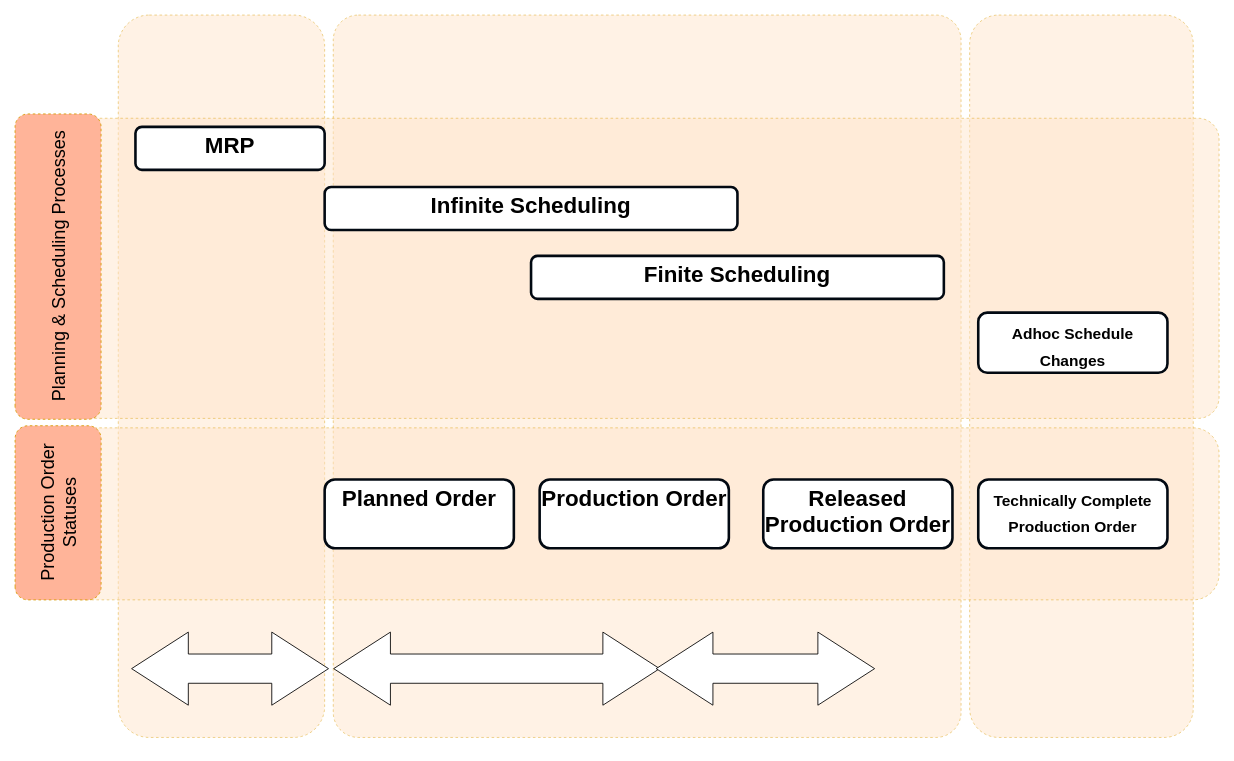
Before: page "MRP SAP- All Scheduling MES" (4 of 6) of MES.drawio in mrf742002/Diagrams, a draw.io diagram. Source tidied: cells renumbered, new cells numbered last; positions are measured from the earlier drawing's top-left corner, leaving out a move shared by most shapes. Both pictures are drawn from the tidied source at 86%, with x=0, y=0 at pixel (-95, 15).
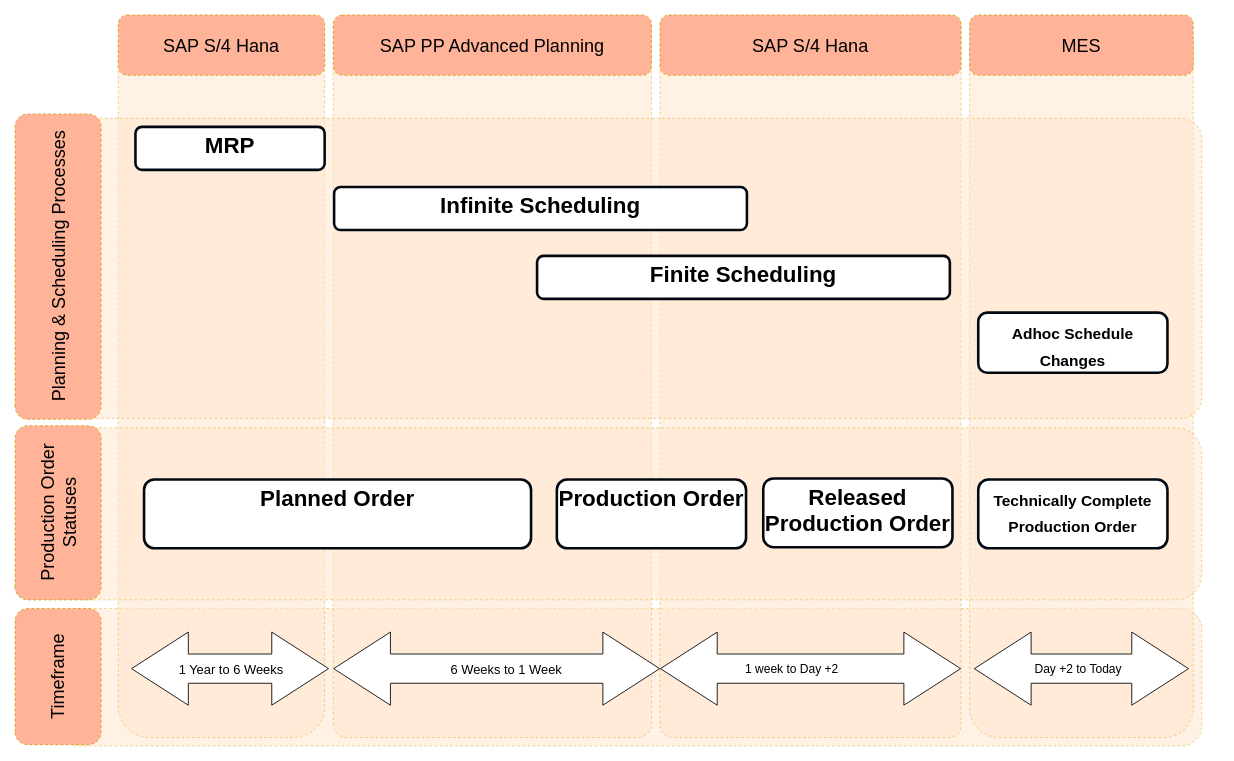
After the change.

Unchanged cells that the change refers to:
```xml
<mxCell id="17" style="shape=flexArrow;endArrow=classic;startArrow=classic;html=1;fontSize=34;endWidth=50;endSize=21.66;width=34;startWidth=50;startSize=21.66;fillColor=#ffffff;" parent="1" edge="1">
  <mxGeometry relative="1" as="geometry">
    <mxPoint x="498" y="760" as="sourcePoint" />
    <mxPoint x="878" y="760" as="targetPoint" />
  </mxGeometry>
</mxCell>
<mxCell id="18" style="shape=flexArrow;endArrow=classic;startArrow=classic;html=1;fontSize=34;endWidth=50;endSize=21.66;width=34;startWidth=50;startSize=21.66;fillColor=#ffffff;" parent="1" edge="1">
  <mxGeometry relative="1" as="geometry">
    <mxPoint x="263" y="760" as="sourcePoint" />
    <mxPoint x="493" y="760" as="targetPoint" />
  </mxGeometry>
</mxCell>
```

Diff of the diagram source:
```diff
@@
+    <mxCell id="20" style="rounded=1;whiteSpace=wrap;html=1;verticalAlign=top;strokeWidth=1;strokeColor=#d79b00;dashed=1;fillColor=#ffe6cc;opacity=50;" parent="1" vertex="1">
+      <mxGeometry x="178" y="690" width="1330" height="160" as="geometry" />
+    </mxCell>
+    <mxCell id="21" style="rounded=1;whiteSpace=wrap;html=1;verticalAlign=top;strokeWidth=1;strokeColor=#d79b00;dashed=1;fillColor=#ffe6cc;opacity=50;arcSize=4;" parent="1" vertex="1">
+      <mxGeometry x="878" width="350" height="840" as="geometry" />
+    </mxCell>
@@
     <mxCell id="4" style="rounded=1;whiteSpace=wrap;html=1;verticalAlign=top;strokeWidth=1;strokeColor=#d79b00;dashed=1;fillColor=#ffe6cc;opacity=50;arcSize=4;" parent="1" vertex="1">
-      <mxGeometry x="498" width="730" height="840" as="geometry" />
+      <mxGeometry x="498" width="370" height="840" as="geometry" />
     </mxCell>
     <mxCell id="5" style="rounded=1;whiteSpace=wrap;html=1;verticalAlign=top;strokeWidth=1;strokeColor=#d79b00;dashed=1;fillColor=#ffe6cc;opacity=50;" parent="1" vertex="1">
-      <mxGeometry x="178" y="480" width="1350" height="200" as="geometry" />
+      <mxGeometry x="178" y="480" width="1330" height="200" as="geometry" />
     </mxCell>
     <mxCell id="6" style="rounded=1;whiteSpace=wrap;html=1;verticalAlign=top;strokeWidth=1;strokeColor=#d79b00;dashed=1;fillColor=#ffe6cc;opacity=50;arcSize=7;" parent="1" vertex="1">
-      <mxGeometry x="178" y="120" width="1350" height="349" as="geometry" />
+      <mxGeometry x="178" y="120" width="1330" height="349" as="geometry" />
     </mxCell>
     <mxCell id="7" value="&lt;b style=&quot;font-size: 26px&quot;&gt;Planned Order&lt;br style=&quot;font-size: 26px&quot;&gt;&lt;/b&gt;" style="rounded=1;whiteSpace=wrap;html=1;verticalAlign=top;strokeWidth=3;strokeColor=#020912;fontSize=26;" parent="1" vertex="1">
-      <mxGeometry x="488" y="540" width="220" height="80" as="geometry" />
+      <mxGeometry x="278" y="540" width="450" height="80" as="geometry" />
     </mxCell>
     <mxCell id="8" value="&lt;b style=&quot;font-size: 26px&quot;&gt;Production Order&lt;br style=&quot;font-size: 26px&quot;&gt;&lt;/b&gt;" style="rounded=1;whiteSpace=wrap;html=1;verticalAlign=top;strokeWidth=3;strokeColor=#020912;fontSize=26;" parent="1" vertex="1">
-      <mxGeometry x="738" y="540" width="220" height="80" as="geometry" />
+      <mxGeometry x="758" y="540" width="220" height="80" as="geometry" />
     </mxCell>
     <mxCell id="9" value="&lt;b style=&quot;font-size: 26px&quot;&gt;Released&lt;br&gt;Production Order&lt;br style=&quot;font-size: 26px&quot;&gt;&lt;/b&gt;" style="rounded=1;whiteSpace=wrap;html=1;verticalAlign=top;strokeWidth=3;strokeColor=#020912;fontSize=26;" parent="1" vertex="1">
-      <mxGeometry x="998" y="540" width="220" height="80" as="geometry" />
+      <mxGeometry x="998" y="538.8" width="220" height="80" as="geometry" />
     </mxCell>
@@
     <mxCell id="12" value="&lt;b style=&quot;font-size: 26px&quot;&gt;Infinite Scheduling&lt;br style=&quot;font-size: 26px&quot;&gt;&lt;/b&gt;" style="rounded=1;whiteSpace=wrap;html=1;verticalAlign=top;strokeWidth=3;strokeColor=#020912;fontSize=26;" parent="1" vertex="1">
-      <mxGeometry x="488" y="200" width="480" height="50" as="geometry" />
+      <mxGeometry x="499" y="200" width="480" height="50" as="geometry" />
     </mxCell>
@@
     <mxCell id="14" value="&lt;b style=&quot;font-size: 26px&quot;&gt;Finite Scheduling&lt;br style=&quot;font-size: 26px&quot;&gt;&lt;/b&gt;" style="rounded=1;whiteSpace=wrap;html=1;verticalAlign=top;strokeWidth=3;strokeColor=#020912;fontSize=26;" parent="1" vertex="1">
-      <mxGeometry x="728" y="280" width="480" height="50" as="geometry" />
+      <mxGeometry x="735" y="280" width="480" height="50" as="geometry" />
     </mxCell>
@@
+    <mxCell id="22" value="&lt;font style=&quot;font-size: 15px&quot;&gt;6 Weeks to 1 Week&lt;/font&gt;" style="edgeLabel;html=1;align=center;verticalAlign=middle;" parent="17" vertex="1">
+      <mxGeometry x="0.05" relative="1" as="geometry" />
+    </mxCell>
@@
+    <mxCell id="23" value="&lt;font style=&quot;font-size: 15px&quot;&gt;1 Year to 6 Weeks&lt;/font&gt;" style="edgeLabel;html=1;align=center;verticalAlign=middle;" parent="18" vertex="1">
+      <mxGeometry x="-0.1" y="7" relative="1" as="geometry">
+        <mxPoint x="11" y="7" as="offset" />
+      </mxGeometry>
+    </mxCell>
     <mxCell id="19" style="shape=flexArrow;endArrow=classic;startArrow=classic;html=1;fontSize=34;endWidth=50;endSize=21.66;width=34;startWidth=50;startSize=21.66;fillColor=#ffffff;" parent="1" edge="1">
       <mxGeometry relative="1" as="geometry">
-        <mxPoint x="873" y="760" as="sourcePoint" />
-        <mxPoint x="1128" y="760" as="targetPoint" />
+        <mxPoint x="878" y="760" as="sourcePoint" />
+        <mxPoint x="1228" y="760" as="targetPoint" />
       </mxGeometry>
     </mxCell>
+    <mxCell id="24" value="1 week to Day +2" style="edgeLabel;html=1;align=center;verticalAlign=middle;fontSize=14;" parent="19" vertex="1">
+      <mxGeometry x="-0.21" y="6" relative="1" as="geometry">
+        <mxPoint x="14" y="6" as="offset" />
+      </mxGeometry>
+    </mxCell>
+    <mxCell id="25" value="SAP S/4 Hana" style="rounded=1;whiteSpace=wrap;html=1;verticalAlign=middle;strokeWidth=1;strokeColor=#d79b00;dashed=1;fillColor=#FFB499;rotation=0;fontSize=21;" parent="1" vertex="1">
+      <mxGeometry x="248" width="240" height="70" as="geometry" />
+    </mxCell>
+    <mxCell id="26" value="SAP PP Advanced Planning" style="rounded=1;whiteSpace=wrap;html=1;verticalAlign=middle;strokeWidth=1;strokeColor=#d79b00;dashed=1;fillColor=#FFB499;rotation=0;fontSize=21;" parent="1" vertex="1">
+      <mxGeometry x="498" width="370" height="70" as="geometry" />
+    </mxCell>
+    <mxCell id="27" value="SAP S/4 Hana" style="rounded=1;whiteSpace=wrap;html=1;verticalAlign=middle;strokeWidth=1;strokeColor=#d79b00;dashed=1;fillColor=#FFB499;rotation=0;fontSize=21;" parent="1" vertex="1">
+      <mxGeometry x="878" width="350" height="70" as="geometry" />
+    </mxCell>
+    <mxCell id="28" value="MES" style="rounded=1;whiteSpace=wrap;html=1;verticalAlign=middle;strokeWidth=1;strokeColor=#d79b00;dashed=1;fillColor=#FFB499;rotation=0;fontSize=21;" parent="1" vertex="1">
+      <mxGeometry x="1238" width="260" height="70" as="geometry" />
+    </mxCell>
+    <mxCell id="29" style="shape=flexArrow;endArrow=classic;startArrow=classic;html=1;fontSize=34;endWidth=50;endSize=21.66;width=34;startWidth=50;startSize=21.66;fillColor=#ffffff;" parent="1" edge="1">
+      <mxGeometry relative="1" as="geometry">
+        <mxPoint x="1243" y="760" as="sourcePoint" />
+        <mxPoint x="1493" y="760" as="targetPoint" />
+      </mxGeometry>
+    </mxCell>
+    <mxCell id="30" value="Day +2 to Today" style="edgeLabel;html=1;align=center;verticalAlign=middle;fontSize=14;" parent="29" vertex="1">
+      <mxGeometry x="-0.21" y="6" relative="1" as="geometry">
+        <mxPoint x="21" y="6" as="offset" />
+      </mxGeometry>
+    </mxCell>
+    <mxCell id="31" value="Timeframe" style="rounded=1;whiteSpace=wrap;html=1;verticalAlign=middle;strokeWidth=1;strokeColor=#d79b00;dashed=1;fillColor=#FFB499;rotation=-90;fontSize=21;" parent="1" vertex="1">
+      <mxGeometry x="98.8" y="719.2" width="158.4" height="100" as="geometry" />
+    </mxCell>
```
